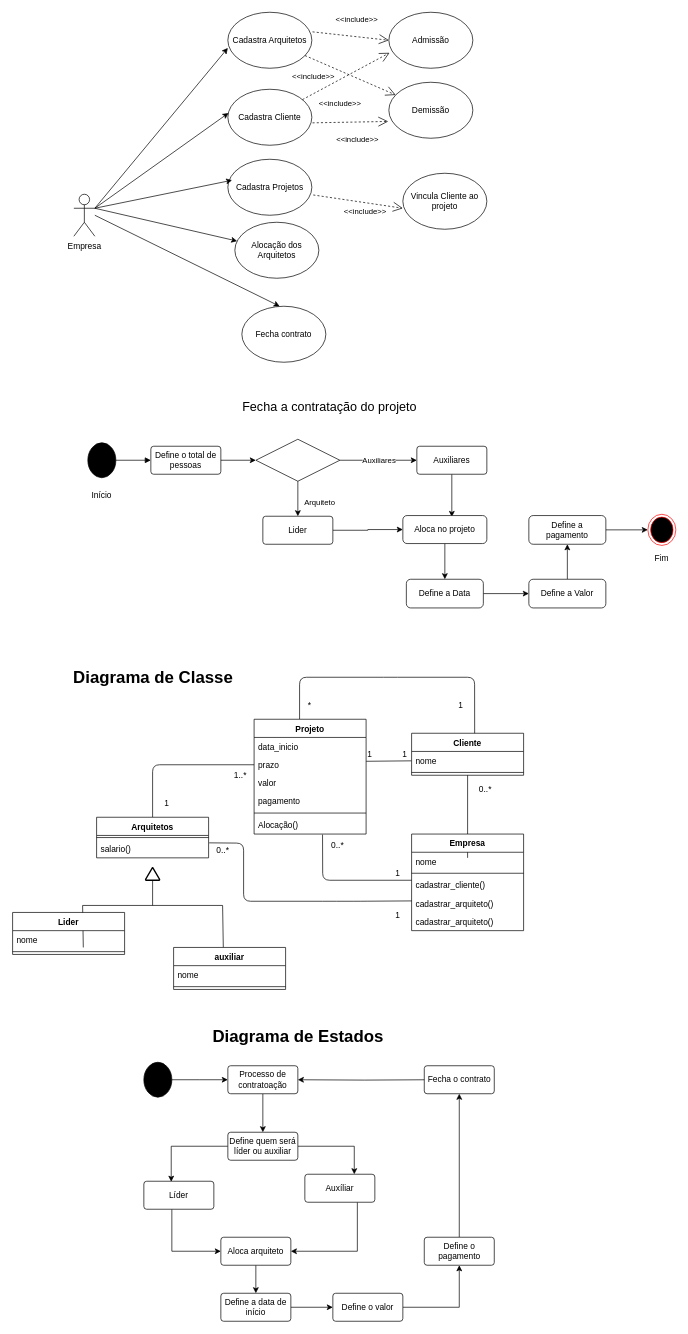
Above: Untitled Diagram.drawio in EdneiFNeto/UML (draw.io), before the change. Source tidied: cells renumbered, new cells numbered last; positions are measured from the earlier drawing's top-left corner, leaving out a move shared by most shapes. Both pictures are drawn from the tidied source at 70%, with x=0, y=0 at pixel (12, 12).
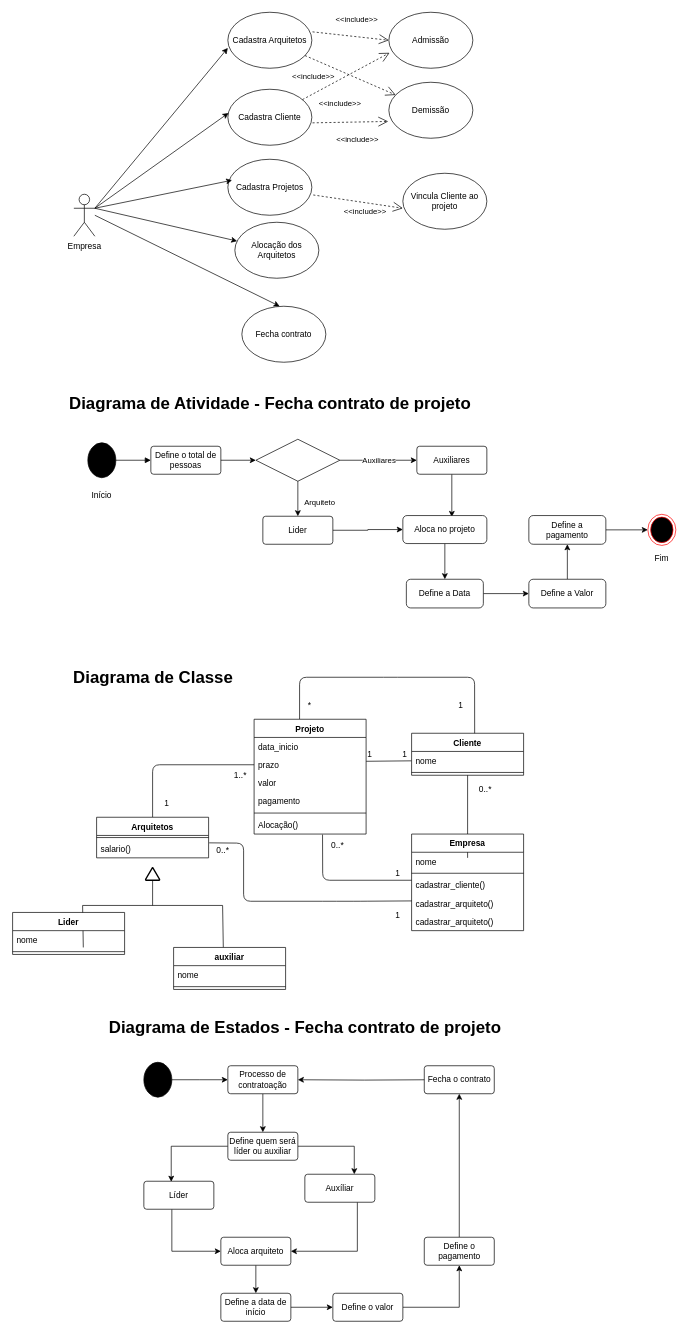
After the change.

Commit message:
adicionando titulo

What changed in the source:
```diff
@@
-    <mxCell id="22" value="&lt;p align=&quot;justify&quot; style=&quot;margin-bottom: 0cm ; direction: ltr ; line-height: 1px ; text-align: left ; background: transparent&quot;&gt;&lt;font color=&quot;#000000&quot;&gt;&lt;font face=&quot;Arial, serif&quot;&gt;&lt;font&gt;&lt;font color=&quot;#000000&quot;&gt;&lt;font style=&quot;font-size: 18px&quot;&gt;Fecha a contratação do projeto&lt;/font&gt;&lt;/font&gt;&lt;/font&gt;&lt;/font&gt;&lt;/font&gt;&lt;/p&gt;" style="text;html=1;align=center;verticalAlign=middle;" parent="1" vertex="1">
-      <mxGeometry x="323" y="550" width="260" height="20" as="geometry" />
-    </mxCell>
@@
-    <mxCell id="115" value="Diagrama de Estados" style="text;strokeColor=none;fillColor=none;html=1;fontSize=24;fontStyle=1;verticalAlign=middle;align=center;" parent="1" vertex="1">
-      <mxGeometry x="358" y="1444" width="100" height="40" as="geometry" />
+    <mxCell id="115" value="Diagrama de Estados - Fecha contrato de projeto" style="text;strokeColor=none;fillColor=none;html=1;fontSize=24;fontStyle=1;verticalAlign=middle;align=center;" parent="1" vertex="1">
+      <mxGeometry x="368" y="1430" width="100" height="40" as="geometry" />
     </mxCell>
@@
+    <mxCell id="117" value="Diagrama de Atividade - Fecha contrato de projeto" style="text;strokeColor=none;fillColor=none;html=1;fontSize=24;fontStyle=1;verticalAlign=middle;align=center;" parent="1" vertex="1">
+      <mxGeometry x="318" y="540" width="100" height="40" as="geometry" />
+    </mxCell>
```
